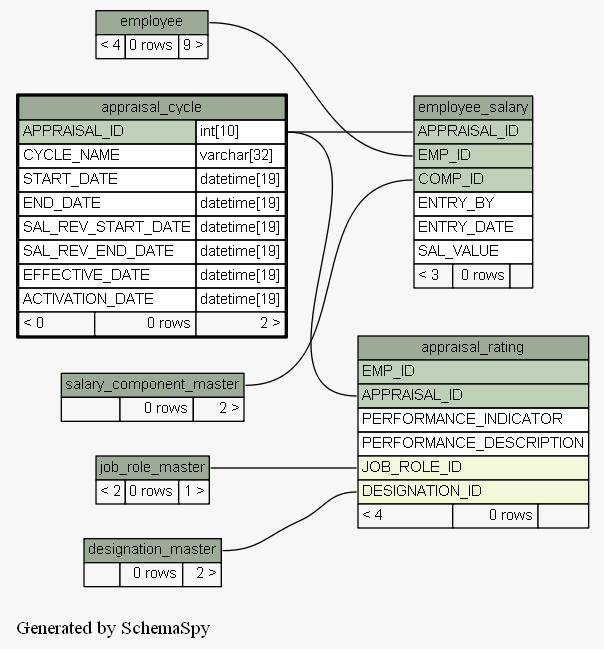
Before: docs/database/schemaspy/graphs/appraisal_cycle.2degrees.png, a diagram exported from Graphviz (engineerscraft/hrms). Its source is kept beside it as docs/database/schemaspy/graphs/appraisal_cycle.2degrees.dot.
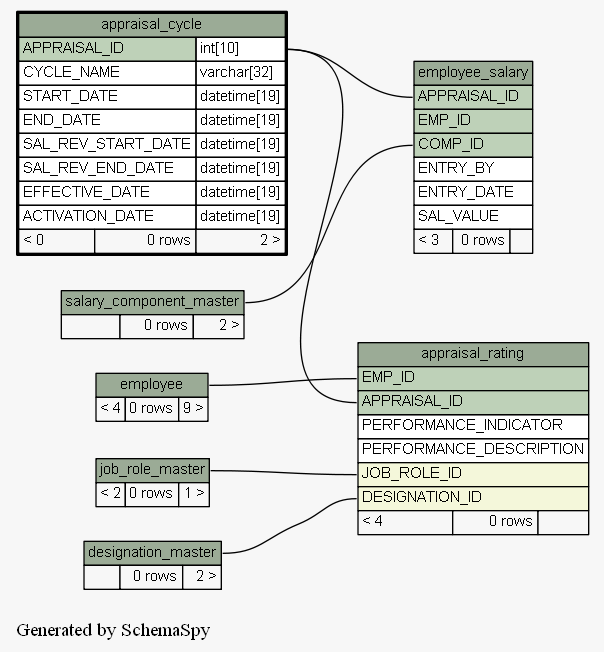
The same diagram one commit later.

Change to the diagram source:
```diff
@@ -15,10 +15,10 @@
   ];
   "appraisal_rating":"APPRAISAL_ID":w -> "appraisal_cycle":"APPRAISAL_ID.type":e [arrowtail=crowtee arrowhead=none];
   "appraisal_rating":"DESIGNATION_ID":w -> "designation_master":"designation_master.heading":e [arrowtail=crowodot arrowhead=none];
+  "appraisal_rating":"EMP_ID":w -> "employee":"employee.heading":e [arrowtail=crowtee arrowhead=none];
   "appraisal_rating":"JOB_ROLE_ID":w -> "job_role_master":"job_role_master.heading":e [arrowtail=crowodot arrowhead=none];
   "employee_salary":"APPRAISAL_ID":w -> "appraisal_cycle":"APPRAISAL_ID.type":e [arrowtail=crowtee arrowhead=none];
   "employee_salary":"COMP_ID":w -> "salary_component_master":"salary_component_master.heading":e [arrowtail=crowtee arrowhead=none];
-  "employee_salary":"EMP_ID":w -> "employee":"employee.heading":e [arrowtail=crowtee arrowhead=none];
   "appraisal_cycle" [
     label=<
     <TABLE BORDER="2" CELLBORDER="1" CELLSPACING="0" BGCOLOR="#ffffff">
```
